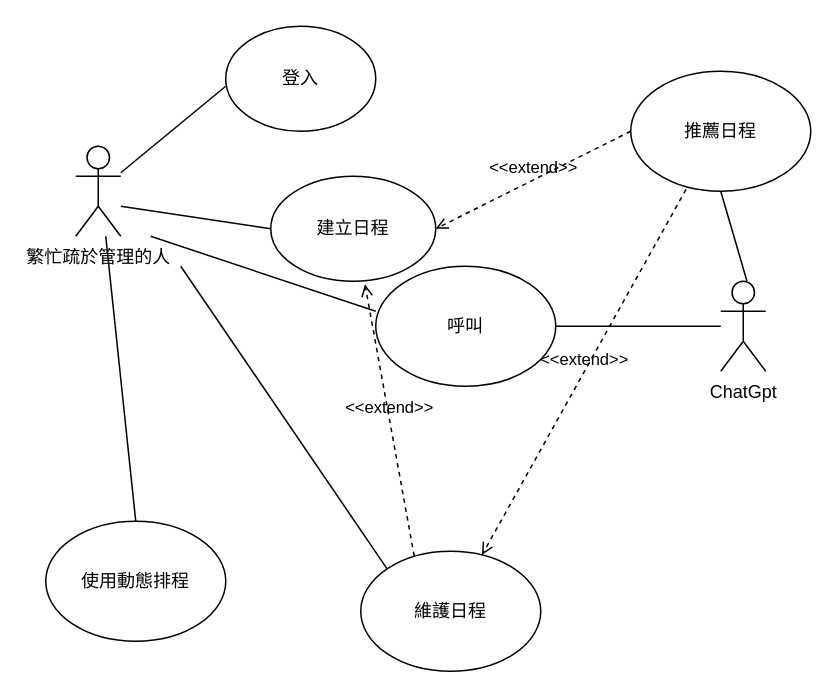
Before: Ilovechainlaing.drawio in Kevincheng0804/Graduation-Topic, a draw.io diagram. Source tidied: cells renumbered, new cells numbered last; positions are measured from the earlier drawing's top-left corner, leaving out a move shared by most shapes. Both pictures are drawn from the tidied source at 150%, with x=0, y=0 at pixel (45, 26).
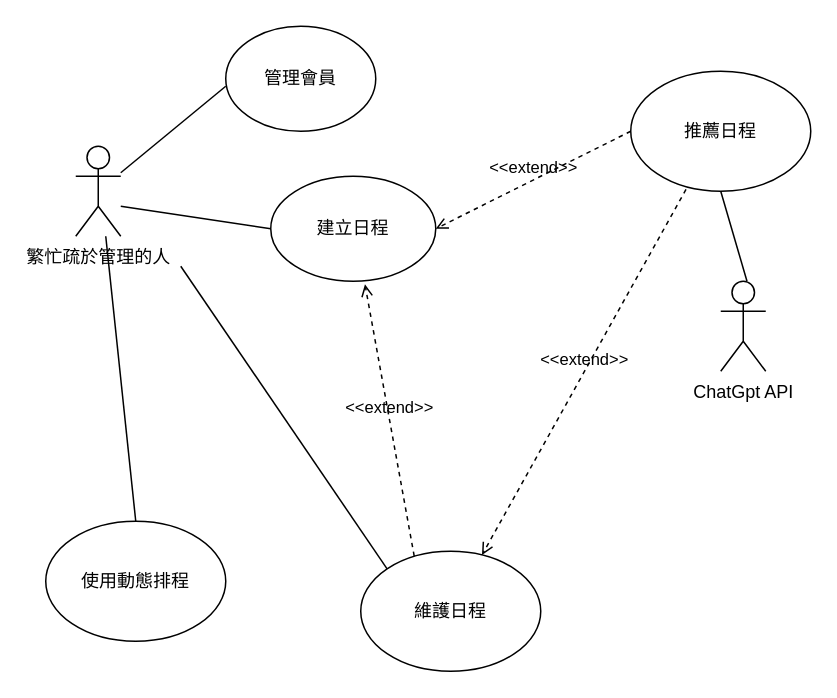
The same page after the edit.

What changed in the source:
```diff
@@
-    <mxCell id="3" value="登入" style="ellipse;whiteSpace=wrap;html=1;" parent="1" vertex="1">
+    <mxCell id="3" value="管理會員" style="ellipse;whiteSpace=wrap;html=1;" parent="1" vertex="1">
       <mxGeometry x="120" width="100" height="70" as="geometry" />
     </mxCell>
@@
-    <mxCell id="6" value="ChatGpt" style="shape=umlActor;verticalLabelPosition=bottom;verticalAlign=top;html=1;outlineConnect=0;" parent="1" vertex="1">
+    <mxCell id="6" value="ChatGpt API" style="shape=umlActor;verticalLabelPosition=bottom;verticalAlign=top;html=1;outlineConnect=0;" parent="1" vertex="1">
       <mxGeometry x="450" y="170" width="30" height="60" as="geometry" />
     </mxCell>
-    <mxCell id="7" style="endArrow=none;html=1;rounded=0;" parent="1" edge="1">
-      <mxGeometry relative="1" as="geometry">
-        <mxPoint x="220" y="190" as="sourcePoint" />
-        <mxPoint x="70" y="140" as="targetPoint" />
-      </mxGeometry>
-    </mxCell>
@@
-    <mxCell id="11" value="呼叫" style="ellipse;whiteSpace=wrap;html=1;" parent="1" vertex="1">
-      <mxGeometry x="220" y="160" width="120" height="80" as="geometry" />
-    </mxCell>
-    <mxCell id="12" style="endArrow=none;html=1;rounded=0;" parent="1" edge="1" target="6">
-      <mxGeometry relative="1" as="geometry">
-        <mxPoint x="340" y="200" as="sourcePoint" />
-      </mxGeometry>
-    </mxCell>
```
